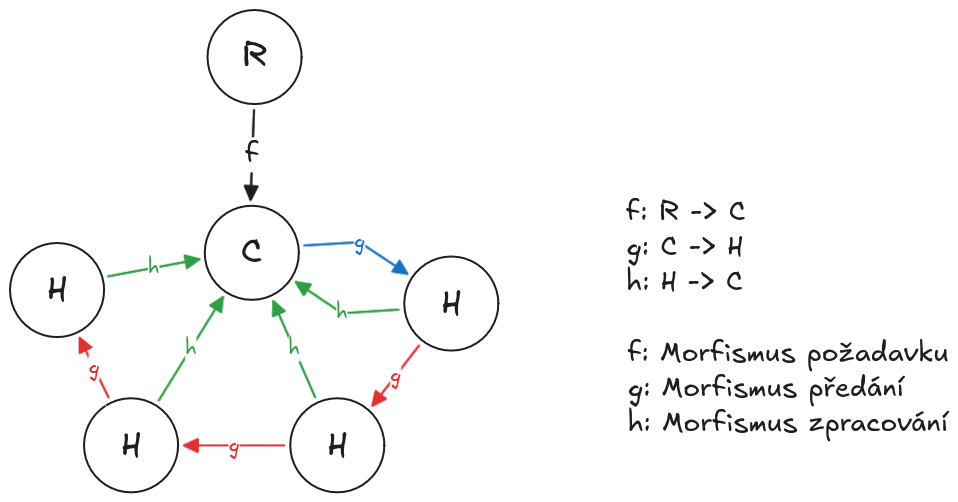
Bahamut731lp/thesis-master keeps this Excalidraw diagram as obrazky/diplomka/category_chain.excalidraw.png. Above is the earlier version. Source tidied: one line per element, renumbered; positions are measured from the earlier drawing's top-left corner, leaving out a move shared by most shapes.
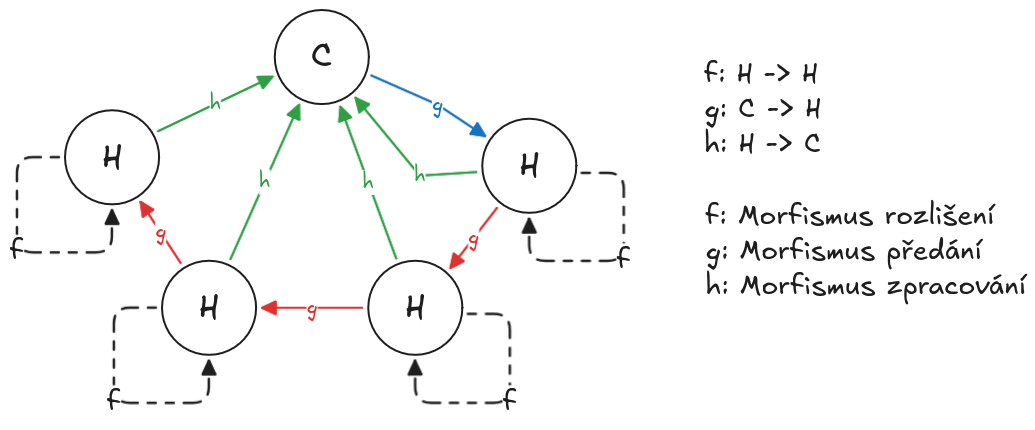
Later version of the same file.

Diff of the diagram source:
```diff
@@ -1,32 +1,36 @@
-{"id": 0, "type": "ellipse", "strokeColor": "#1e1e1e", "strokeWidth": 2, "roughness": 0, "round": true, "x": 195, "y": 196, "width": 94, "height": 94}
+{"id": 0, "type": "ellipse", "strokeColor": "#1e1e1e", "strokeWidth": 2, "roughness": 0, "round": true, "x": 187, "y": 138, "width": 94, "height": 94}
-{"id": 1, "type": "text", "text": "C", "strokeColor": "#1e1e1e", "strokeWidth": 2, "roughness": 0, "fontSize": 36, "fontFamily": 5, "textAlign": "center", "verticalAlign": "middle", "inside": 0, "x": 231, "y": 220, "width": 23, "height": 45}
+{"id": 1, "type": "text", "text": "C", "strokeColor": "#1e1e1e", "strokeWidth": 2, "roughness": 0, "fontSize": 36, "fontFamily": 5, "textAlign": "center", "verticalAlign": "middle", "inside": 0, "x": 223, "y": 162, "width": 23, "height": 45}
-{"id": 2, "type": "text", "text": "f: R -> C\ng: C -> H\nh: H -> C", "strokeColor": "#1e1e1e", "strokeWidth": 2, "roughness": 0, "fontSize": 28, "fontFamily": 5, "x": 616, "y": 185, "width": 120, "height": 105}
+{"id": 2, "type": "text", "text": "f: H -> H\ng: C -> H\nh: H -> C", "strokeColor": "#1e1e1e", "strokeWidth": 2, "roughness": 0, "fontSize": 28, "fontFamily": 5, "x": 616, "y": 185, "width": 117, "height": 105}
-{"id": 3, "type": "text", "text": "f: Morfismus požadavku\ng: Morfismus předání\nh: Morfismus zpracování", "strokeColor": "#1e1e1e", "strokeWidth": 2, "roughness": 0, "fontSize": 28, "fontFamily": 5, "x": 618, "y": 327, "width": 321, "height": 105}
+{"id": 3, "type": "text", "text": "f: Morfismus rozlišení\ng: Morfismus předání\nh: Morfismus zpracování", "strokeColor": "#1e1e1e", "strokeWidth": 2, "roughness": 0, "fontSize": 28, "fontFamily": 5, "x": 618, "y": 327, "width": 320, "height": 105}
 {"id": 4, "type": "ellipse", "strokeColor": "#1e1e1e", "strokeWidth": 2, "roughness": 0, "round": true, "x": 394, "y": 246, "width": 94, "height": 94}
 {"id": 5, "type": "text", "text": "H", "strokeColor": "#1e1e1e", "strokeWidth": 2, "roughness": 0, "fontSize": 36, "fontFamily": 5, "textAlign": "center", "verticalAlign": "middle", "inside": 4, "x": 431, "y": 271, "width": 21, "height": 45}
-{"id": 6, "type": "ellipse", "strokeColor": "#1e1e1e", "strokeWidth": 2, "roughness": 0, "round": true, "x": 197, "y": 0, "width": 94, "height": 94}
-{"id": 7, "type": "text", "text": "R", "strokeColor": "#1e1e1e", "strokeWidth": 2, "roughness": 0, "fontSize": 36, "fontFamily": 5, "textAlign": "center", "verticalAlign": "middle", "inside": 6, "x": 232, "y": 25, "width": 26, "height": 45}
-{"id": 8, "type": "arrow", "strokeColor": "#1e1e1e", "strokeWidth": 2, "roughness": 0, "endArrowhead": "triangle", "from": 6, "to": 0, "x": 244, "y": 100, "width": 3, "height": 90, "points": [[0, 0], [-3, 90]]}
-{"id": 9, "type": "text", "text": "f", "strokeColor": "#1e1e1e", "strokeWidth": 2, "roughness": 0, "fontSize": 28, "fontFamily": 5, "textAlign": "center", "verticalAlign": "middle", "inside": 8, "x": 56, "y": 302, "width": 14, "height": 35}
 {"id": 10, "type": "ellipse", "strokeColor": "#1e1e1e", "strokeWidth": 2, "roughness": 0, "round": true, "x": 74, "y": 388, "width": 94, "height": 94}
 {"id": 11, "type": "text", "text": "H", "strokeColor": "#1e1e1e", "strokeWidth": 2, "roughness": 0, "fontSize": 36, "fontFamily": 5, "textAlign": "center", "verticalAlign": "middle", "inside": 10, "x": 111, "y": 413, "width": 21, "height": 45}
 {"id": 12, "type": "ellipse", "strokeColor": "#1e1e1e", "strokeWidth": 2, "roughness": 0, "round": true, "x": 280, "y": 388, "width": 94, "height": 94}
 {"id": 13, "type": "text", "text": "H", "strokeColor": "#1e1e1e", "strokeWidth": 2, "roughness": 0, "fontSize": 36, "fontFamily": 5, "textAlign": "center", "verticalAlign": "middle", "inside": 12, "x": 317, "y": 413, "width": 21, "height": 45}
-{"id": 14, "type": "arrow", "strokeColor": "#1971c2", "strokeWidth": 2, "roughness": 0, "endArrowhead": "triangle", "from": 0, "to": 4, "x": 294, "y": 235, "width": 103, "height": 32, "points": [[0, 0], [55, -3], [103, 28]]}
+{"id": 14, "type": "arrow", "strokeColor": "#1971c2", "strokeWidth": 2, "roughness": 0, "endArrowhead": "triangle", "from": 0, "to": 4, "x": 284, "y": 203, "width": 114, "height": 61, "points": [[0, 0], [66, 29], [114, 61]]}
-{"id": 15, "type": "text", "text": "g", "strokeColor": "#1971c2", "strokeWidth": 2, "roughness": 0, "fontSize": 20, "fontFamily": 5, "textAlign": "center", "verticalAlign": "middle", "inside": 14, "x": 336, "y": 253, "width": 11, "height": 25}
+{"id": 15, "type": "text", "text": "g", "strokeColor": "#1971c2", "strokeWidth": 2, "roughness": 0, "fontSize": 20, "fontFamily": 5, "textAlign": "center", "verticalAlign": "middle", "inside": 14, "x": 344, "y": 220, "width": 11, "height": 25}
-{"id": 16, "type": "ellipse", "strokeColor": "#1e1e1e", "strokeWidth": 2, "roughness": 0, "round": true, "x": 0, "y": 233, "width": 94, "height": 94}
+{"id": 16, "type": "ellipse", "strokeColor": "#1e1e1e", "strokeWidth": 2, "roughness": 0, "round": true, "x": -23, "y": 238, "width": 94, "height": 94}
-{"id": 17, "type": "text", "text": "H", "strokeColor": "#1e1e1e", "strokeWidth": 2, "roughness": 0, "fontSize": 36, "fontFamily": 5, "textAlign": "center", "verticalAlign": "middle", "inside": 16, "x": 37, "y": 258, "width": 21, "height": 45}
+{"id": 17, "type": "text", "text": "H", "strokeColor": "#1e1e1e", "strokeWidth": 2, "roughness": 0, "fontSize": 36, "fontFamily": 5, "textAlign": "center", "verticalAlign": "middle", "inside": 16, "x": 14, "y": 263, "width": 21, "height": 45}
 {"id": 18, "type": "arrow", "strokeColor": "#e03131", "strokeWidth": 2, "roughness": 0, "endArrowhead": "triangle", "from": 4, "to": 12, "x": 409, "y": 336, "width": 47, "height": 60, "points": [[0, 0], [-47, 60]]}
 {"id": 19, "type": "text", "text": "g", "strokeColor": "#e03131", "strokeWidth": 2, "roughness": 0, "fontSize": 20, "fontFamily": 5, "textAlign": "center", "verticalAlign": "middle", "inside": 18, "x": 380, "y": 353, "width": 11, "height": 25}
 {"id": 20, "type": "arrow", "strokeColor": "#e03131", "strokeWidth": 2, "roughness": 0, "endArrowhead": "triangle", "from": 12, "to": 10, "x": 274, "y": 435, "width": 100, "height": 0, "points": [[0, 0], [-100, 0]]}
 {"id": 21, "type": "text", "text": "g", "strokeColor": "#e03131", "strokeWidth": 2, "roughness": 0, "fontSize": 20, "fontFamily": 5, "textAlign": "center", "verticalAlign": "middle", "inside": 20, "x": 219, "y": 423, "width": 11, "height": 25}
-{"id": 22, "type": "arrow", "strokeColor": "#e03131", "strokeWidth": 2, "roughness": 0, "endArrowhead": "triangle", "from": 10, "to": 16, "x": 99, "y": 387, "width": 29, "height": 59, "points": [[0, 0], [-29, -59]]}
+{"id": 22, "type": "arrow", "strokeColor": "#e03131", "strokeWidth": 2, "roughness": 0, "endArrowhead": "triangle", "from": 10, "to": 16, "x": 93, "y": 391, "width": 40, "height": 61, "points": [[0, 0], [-40, -61]]}
 {"id": 23, "type": "text", "text": "g", "strokeColor": "#e03131", "strokeWidth": 2, "roughness": 0, "fontSize": 20, "fontFamily": 5, "textAlign": "center", "verticalAlign": "middle", "inside": 22, "x": 79, "y": 345, "width": 11, "height": 25}
-{"id": 24, "type": "arrow", "strokeColor": "#2f9e44", "strokeWidth": 2, "roughness": 0, "endArrowhead": "triangle", "from": 16, "to": 0, "x": 98, "y": 266, "width": 91, "height": 17, "points": [[0, 0], [91, -17]]}
+{"id": 24, "type": "arrow", "strokeColor": "#2f9e44", "strokeWidth": 2, "roughness": 0, "endArrowhead": "triangle", "from": 16, "to": 0, "x": 70, "y": 259, "width": 114, "height": 55, "points": [[0, 0], [114, -55]]}
 {"id": 25, "type": "text", "text": "h", "strokeColor": "#2f9e44", "strokeWidth": 2, "roughness": 0, "fontSize": 20, "fontFamily": 5, "textAlign": "center", "verticalAlign": "middle", "inside": 24, "x": 138, "y": 245, "width": 11, "height": 25}
-{"id": 26, "type": "arrow", "strokeColor": "#2f9e44", "strokeWidth": 2, "roughness": 0, "endArrowhead": "triangle", "from": 10, "to": 0, "x": 149, "y": 390, "width": 64, "height": 103, "points": [[0, 0], [64, -103]]}
+{"id": 26, "type": "arrow", "strokeColor": "#2f9e44", "strokeWidth": 2, "roughness": 0, "endArrowhead": "triangle", "from": 10, "to": 0, "x": 142, "y": 387, "width": 68, "height": 154, "points": [[0, 0], [68, -154]]}
 {"id": 27, "type": "text", "text": "h", "strokeColor": "#2f9e44", "strokeWidth": 2, "roughness": 0, "fontSize": 20, "fontFamily": 5, "textAlign": "center", "verticalAlign": "middle", "inside": 26, "x": 175, "y": 326, "width": 11, "height": 25}
-{"id": 28, "type": "arrow", "strokeColor": "#2f9e44", "strokeWidth": 2, "roughness": 0, "endArrowhead": "triangle", "from": 12, "to": 0, "x": 305, "y": 387, "width": 42, "height": 96, "points": [[0, 0], [-42, -96]]}
+{"id": 28, "type": "arrow", "strokeColor": "#2f9e44", "strokeWidth": 2, "roughness": 0, "endArrowhead": "triangle", "from": 12, "to": 0, "x": 308, "y": 386, "width": 56, "height": 152, "points": [[0, 0], [-56, -152]]}
 {"id": 29, "type": "text", "text": "h", "strokeColor": "#2f9e44", "strokeWidth": 2, "roughness": 0, "fontSize": 20, "fontFamily": 5, "textAlign": "center", "verticalAlign": "middle", "inside": 28, "x": 279, "y": 327, "width": 11, "height": 25}
-{"id": 30, "type": "arrow", "strokeColor": "#2f9e44", "strokeWidth": 2, "roughness": 0, "endArrowhead": "triangle", "from": 4, "to": 0, "x": 389, "y": 300, "width": 103, "height": 31, "points": [[0, 0], [-57, 4], [-103, -27]]}
+{"id": 30, "type": "arrow", "strokeColor": "#2f9e44", "strokeWidth": 2, "roughness": 0, "endArrowhead": "triangle", "from": 4, "to": 0, "x": 389, "y": 300, "width": 121, "height": 78, "points": [[0, 0], [-57, 4], [-121, -74]]}
-{"id": 31, "type": "text", "text": "h", "strokeColor": "#2f9e44", "strokeWidth": 2, "roughness": 0, "fontSize": 20, "fontFamily": 5, "textAlign": "center", "verticalAlign": "middle", "inside": 30, "x": 325, "y": 306, "width": 11, "height": 25}
+{"id": 31, "type": "text", "text": "h", "strokeColor": "#2f9e44", "strokeWidth": 2, "roughness": 0, "fontSize": 20, "fontFamily": 5, "textAlign": "center", "verticalAlign": "middle", "inside": 30, "x": 326, "y": 291, "width": 11, "height": 25}
+{"id": 32, "type": "arrow", "strokeColor": "#1e1e1e", "strokeWidth": 2, "strokeStyle": "dashed", "roughness": 0, "endArrowhead": "triangle", "from": 12, "to": 12, "x": 380, "y": 442, "width": 95, "height": 89, "points": [[0, 0], [42, 0], [42, 89], [-53, 89], [-53, 47]]}
+{"id": 33, "type": "text", "text": "f", "strokeColor": "#1e1e1e", "strokeWidth": 2, "strokeStyle": "dashed", "roughness": 0, "fontSize": 28, "fontFamily": 5, "textAlign": "center", "verticalAlign": "middle", "inside": 32, "x": 415, "y": 513, "width": 14, "height": 35}
+{"id": 34, "type": "arrow", "strokeColor": "#1e1e1e", "strokeWidth": 2, "strokeStyle": "dashed", "roughness": 0, "endArrowhead": "triangle", "from": 4, "to": 4, "x": 494, "y": 301, "width": 95, "height": 88, "points": [[0, 0], [42, 0], [42, 88], [-53, 88], [-53, 46]]}
+{"id": 35, "type": "text", "text": "f", "strokeColor": "#1e1e1e", "strokeWidth": 2, "strokeStyle": "dashed", "roughness": 0, "fontSize": 28, "fontFamily": 5, "textAlign": "center", "verticalAlign": "middle", "inside": 34, "x": 529, "y": 371, "width": 14, "height": 35}
+{"id": 36, "type": "arrow", "strokeColor": "#1e1e1e", "strokeWidth": 2, "strokeStyle": "dashed", "roughness": 0, "endArrowhead": "triangle", "from": 16, "to": 16, "x": -29, "y": 285, "width": 95, "height": 95, "points": [[0, 0], [-42, 0], [-42, 95], [53, 95], [53, 53]]}
+{"id": 37, "type": "text", "text": "f", "strokeColor": "#1e1e1e", "strokeWidth": 2, "strokeStyle": "dashed", "roughness": 0, "fontSize": 28, "fontFamily": 5, "textAlign": "center", "verticalAlign": "middle", "inside": 36, "x": -78, "y": 362, "width": 14, "height": 35}
+{"id": 38, "type": "arrow", "strokeColor": "#1e1e1e", "strokeWidth": 2, "strokeStyle": "dashed", "roughness": 0, "endArrowhead": "triangle", "from": 10, "to": 10, "x": 68, "y": 435, "width": 95, "height": 95, "points": [[0, 0], [-42, 0], [-42, 95], [53, 95], [53, 53]]}
+{"id": 39, "type": "text", "text": "f", "strokeColor": "#1e1e1e", "strokeWidth": 2, "strokeStyle": "dashed", "roughness": 0, "fontSize": 28, "fontFamily": 5, "textAlign": "center", "verticalAlign": "middle", "inside": 38, "x": 19, "y": 513, "width": 14, "height": 35}
```
